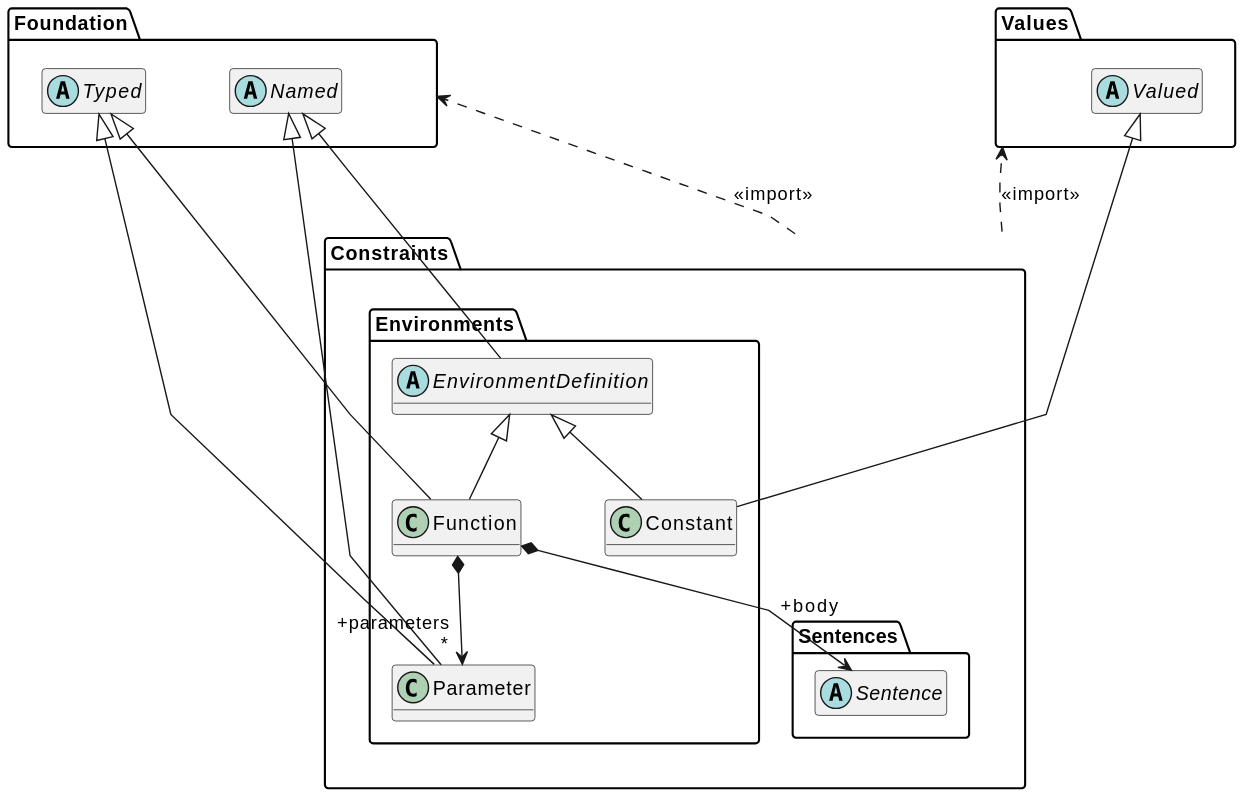
Before: docs/meta-model/metamodel-constraint-environments.svg, a diagram exported from PlantUML (sdm-lang/sdml-io). Its diagram source:
```plantuml
@startuml
skinparam backgroundColor transparent
skinparam linetype polyline
skinparam nodesep 60
skinparam ranksep 60
hide methods

package Foundation {
    hide members
    abstract class Named
    abstract class Typed
}

package Values {
    hide members
    abstract class Valued
}

package Constraints {
    package Sentences {
        hide members
        abstract class Sentence {}
    }
    package Environments {
        abstract class EnvironmentDefinition {}
        EnvironmentDefinition -up-|> Named

        class Function {}
        Function -up-|> EnvironmentDefinition
        Function -up-|> Typed
        Function *--> "+body\n\n" Sentence

        class Parameter {}
        Parameter -up-|> Named
        Parameter -up-|> Typed
        Function *--> "+parameters\r*" Parameter

        class Constant {}
        Constant -up-|> EnvironmentDefinition
        Constant -up-|> Valued
    }
}
Constraints .up.> Foundation: "<<import>>"
Constraints .up.> Values: "<<import>>"
@enduml
```
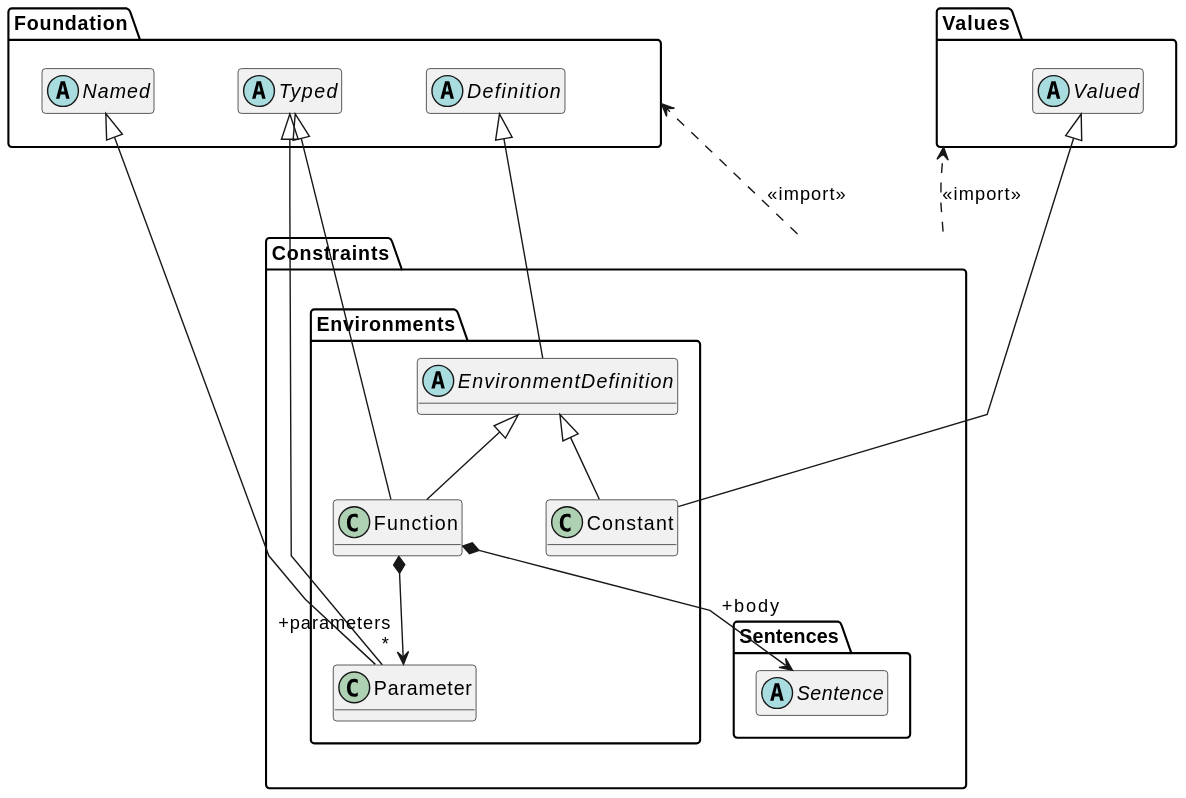
Above is the later version.

Commit message:
docs(meta-model) add explicit anchors

The edit, as a diff of the source:
```diff
@@ -7,6 +7,7 @@
 
 package Foundation {
     hide members
+    abstract class Definition
     abstract class Named
     abstract class Typed
 }
@@ -23,7 +24,7 @@
     }
     package Environments {
         abstract class EnvironmentDefinition {}
-        EnvironmentDefinition -up-|> Named
+        EnvironmentDefinition -up-|> Definition
 
         class Function {}
         Function -up-|> EnvironmentDefinition
```
